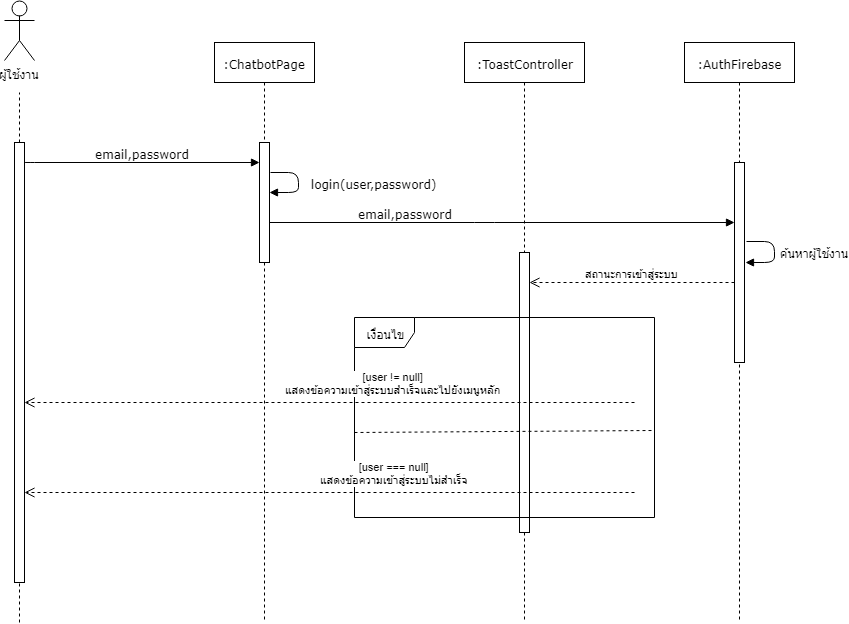
This is Document/Latex/Figures/3/Sequence/login.png from Inwfour/Latex, a draw.io export, as it was before one commit. Source tidied: cells renumbered, new cells last; positions are measured from the earlier drawing's top-left corner, leaving out a move shared by most shapes.
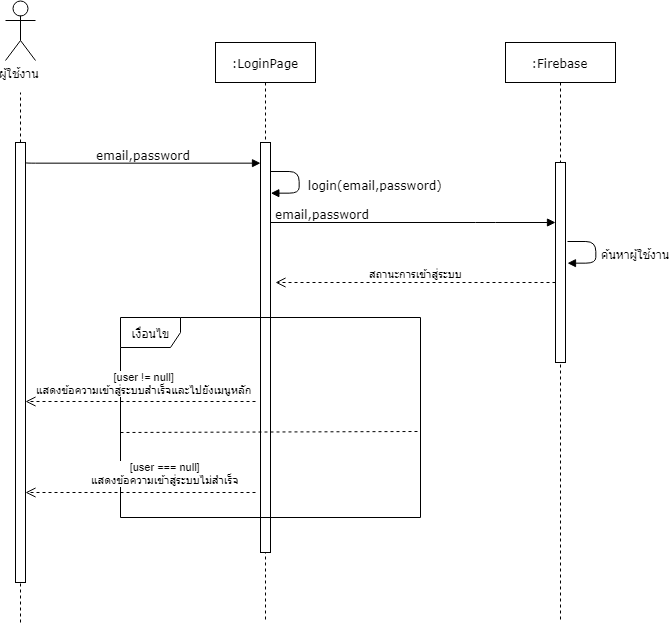
The same file after the commit.

Diff of the diagram source:
```diff
@@ -8,27 +8,23 @@
         <mxPoint x="15" y="92" as="targetPoint" />
       </mxGeometry>
     </mxCell>
-    <mxCell id="3" value=":ChatbotPage" style="shape=umlLifeline;perimeter=lifelinePerimeter;whiteSpace=wrap;html=1;rounded=0;shadow=0;comic=0;labelBackgroundColor=none;strokeColor=#000000;strokeWidth=1;fillColor=#FFFFFF;fontFamily=Verdana;fontSize=12;fontColor=#000000;align=center;" parent="1" vertex="1">
+    <mxCell id="3" value=":LoginPage" style="shape=umlLifeline;perimeter=lifelinePerimeter;whiteSpace=wrap;html=1;rounded=0;shadow=0;comic=0;labelBackgroundColor=none;strokeColor=#000000;strokeWidth=1;fillColor=#FFFFFF;fontFamily=Verdana;fontSize=12;fontColor=#000000;align=center;" parent="1" vertex="1">
       <mxGeometry x="210" y="42" width="100" height="580" as="geometry" />
     </mxCell>
     <mxCell id="4" style="html=1;points=[];perimeter=orthogonalPerimeter;rounded=0;shadow=0;comic=0;labelBackgroundColor=none;strokeColor=#000000;strokeWidth=1;fillColor=#FFFFFF;fontFamily=Verdana;fontSize=12;fontColor=#000000;align=center;" parent="3" vertex="1">
-      <mxGeometry x="45" y="100" width="10" height="120" as="geometry" />
+      <mxGeometry x="45" y="100" width="10" height="410" as="geometry" />
     </mxCell>
-    <mxCell id="5" value=":ToastController" style="shape=umlLifeline;perimeter=lifelinePerimeter;whiteSpace=wrap;html=1;rounded=0;shadow=0;comic=0;labelBackgroundColor=none;strokeColor=#000000;strokeWidth=1;fillColor=#FFFFFF;fontFamily=Verdana;fontSize=12;fontColor=#000000;align=center;" parent="1" vertex="1">
-      <mxGeometry x="460" y="42" width="120" height="580" as="geometry" />
-    </mxCell>
-    <mxCell id="6" value=":AuthFirebase" style="shape=umlLifeline;perimeter=lifelinePerimeter;whiteSpace=wrap;html=1;rounded=0;shadow=0;comic=0;labelBackgroundColor=none;strokeColor=#000000;strokeWidth=1;fillColor=#FFFFFF;fontFamily=Verdana;fontSize=12;fontColor=#000000;align=center;" parent="1" vertex="1">
-      <mxGeometry x="680" y="42" width="110" height="580" as="geometry" />
+    <mxCell id="6" value=":Firebase" style="shape=umlLifeline;perimeter=lifelinePerimeter;whiteSpace=wrap;html=1;rounded=0;shadow=0;comic=0;labelBackgroundColor=none;strokeColor=#000000;strokeWidth=1;fillColor=#FFFFFF;fontFamily=Verdana;fontSize=12;fontColor=#000000;align=center;" parent="1" vertex="1">
+      <mxGeometry x="500" y="42" width="110" height="580" as="geometry" />
     </mxCell>
     <mxCell id="7" value="email,password" style="html=1;verticalAlign=bottom;endArrow=block;labelBackgroundColor=none;fontFamily=Verdana;fontSize=12;edgeStyle=elbowEdgeStyle;elbow=vertical;" parent="1" edge="1" target="4">
       <mxGeometry relative="1" as="geometry">
         <mxPoint x="20" y="161.9" as="sourcePoint" />
       </mxGeometry>
     </mxCell>
-    <mxCell id="8" value="email,password" style="html=1;verticalAlign=bottom;endArrow=block;labelBackgroundColor=none;fontFamily=Verdana;fontSize=12;edgeStyle=elbowEdgeStyle;elbow=vertical;" parent="1" edge="1">
+    <mxCell id="8" value="email,password" style="html=1;verticalAlign=bottom;endArrow=block;labelBackgroundColor=none;fontFamily=Verdana;fontSize=12;edgeStyle=elbowEdgeStyle;elbow=vertical;" parent="1" edge="1" target="12">
       <mxGeometry x="-0.08" y="-80" relative="1" as="geometry">
         <mxPoint x="265" y="222" as="sourcePoint" />
-        <mxPoint x="730" y="222" as="targetPoint" />
         <Array as="points">
           <mxPoint x="480" y="222" />
         </Array>
@@ -41,24 +37,21 @@
     <mxCell id="10" style="html=1;points=[];perimeter=orthogonalPerimeter;rounded=0;shadow=0;comic=0;labelBackgroundColor=none;strokeColor=#000000;strokeWidth=1;fillColor=#FFFFFF;fontFamily=Verdana;fontSize=12;fontColor=#000000;align=center;" parent="1" vertex="1">
       <mxGeometry x="10" y="142" width="10" height="440" as="geometry" />
     </mxCell>
-    <mxCell id="11" style="html=1;perimeter=orthogonalPerimeter;rounded=0;shadow=0;comic=0;labelBackgroundColor=none;strokeColor=#000000;strokeWidth=1;fillColor=#FFFFFF;fontFamily=Verdana;fontSize=12;fontColor=#000000;align=center;" parent="1" vertex="1">
-      <mxGeometry x="515" y="252" width="10" height="280" as="geometry" />
-    </mxCell>
     <mxCell id="12" style="html=1;points=[];perimeter=orthogonalPerimeter;rounded=0;shadow=0;comic=0;labelBackgroundColor=none;strokeColor=#000000;strokeWidth=1;fillColor=#FFFFFF;fontFamily=Verdana;fontSize=12;fontColor=#000000;align=center;" parent="1" vertex="1">
-      <mxGeometry x="730" y="162" width="10" height="200" as="geometry" />
+      <mxGeometry x="550" y="162" width="10" height="200" as="geometry" />
     </mxCell>
     <mxCell id="13" value="ค้นหาผู้ใช้งาน" style="html=1;verticalAlign=bottom;endArrow=block;labelBackgroundColor=none;fontFamily=Verdana;fontSize=12;edgeStyle=orthogonalEdgeStyle;elbow=vertical;exitX=1.183;exitY=0.2;exitDx=0;exitDy=0;exitPerimeter=0;entryX=1.146;entryY=0.305;entryDx=0;entryDy=0;entryPerimeter=0;" parent="1" edge="1">
       <mxGeometry x="0.26" y="-40" relative="1" as="geometry">
-        <mxPoint x="741.9" y="241" as="sourcePoint" />
-        <mxPoint x="741.4" y="262.1" as="targetPoint" />
+        <mxPoint x="561.9" y="241" as="sourcePoint" />
+        <mxPoint x="561.4" y="262.1" as="targetPoint" />
         <Array as="points">
-          <mxPoint x="770" y="241" />
-          <mxPoint x="770" y="262" />
+          <mxPoint x="590" y="241" />
+          <mxPoint x="590" y="262" />
         </Array>
         <mxPoint x="40" y="39" as="offset" />
       </mxGeometry>
     </mxCell>
-    <mxCell id="14" value="login(user,password)" style="html=1;verticalAlign=bottom;endArrow=block;labelBackgroundColor=none;fontFamily=Verdana;fontSize=12;edgeStyle=orthogonalEdgeStyle;elbow=vertical;exitX=1.183;exitY=0.2;exitDx=0;exitDy=0;exitPerimeter=0;entryX=1.146;entryY=0.305;entryDx=0;entryDy=0;entryPerimeter=0;" parent="1" edge="1">
+    <mxCell id="14" value="login(email,password)" style="html=1;verticalAlign=bottom;endArrow=block;labelBackgroundColor=none;fontFamily=Verdana;fontSize=12;edgeStyle=orthogonalEdgeStyle;elbow=vertical;exitX=1.183;exitY=0.2;exitDx=0;exitDy=0;exitPerimeter=0;entryX=1.146;entryY=0.305;entryDx=0;entryDy=0;entryPerimeter=0;" parent="1" edge="1">
       <mxGeometry x="0.26" y="-76" relative="1" as="geometry">
         <mxPoint x="265.5" y="171.8" as="sourcePoint" />
         <mxPoint x="264.9" y="192.4" as="targetPoint" />
@@ -71,26 +64,26 @@
     </mxCell>
     <mxCell id="15" value="สถานะการเข้าสู่ระบบ" style="html=1;verticalAlign=bottom;endArrow=open;dashed=1;endSize=8;" parent="1" edge="1">
       <mxGeometry relative="1" as="geometry">
-        <mxPoint x="730" y="282" as="sourcePoint" />
-        <mxPoint x="525" y="282" as="targetPoint" />
+        <mxPoint x="550" y="282" as="sourcePoint" />
+        <mxPoint x="270" y="282" as="targetPoint" />
       </mxGeometry>
     </mxCell>
     <mxCell id="16" value="เงื่อนไข" style="shape=umlFrame;whiteSpace=wrap;html=1;rounded=0;" parent="1" vertex="1">
-      <mxGeometry x="350" y="317" width="300" height="200" as="geometry" />
+      <mxGeometry x="115" y="317" width="300" height="200" as="geometry" />
     </mxCell>
     <mxCell id="17" style="endArrow=none;endFill=0;endSize=24;html=1;dashed=1;entryX=0.999;entryY=0.567;entryDx=0;entryDy=0;entryPerimeter=0;" parent="1" edge="1" target="16">
       <mxGeometry relative="1" as="geometry">
-        <mxPoint x="350" y="432" as="sourcePoint" />
+        <mxPoint x="115" y="432" as="sourcePoint" />
       </mxGeometry>
     </mxCell>
     <mxCell id="18" value="[user != null]&lt;br&gt;แสดงข้อความเข้าสู่ระบบสำเร็จและไปยังเมนูหลัก&lt;br&gt;" style="html=1;verticalAlign=bottom;endArrow=open;dashed=1;endSize=8;" parent="1" edge="1" target="10">
-      <mxGeometry x="-0.21" y="-3" relative="1" as="geometry">
-        <mxPoint x="630" y="402" as="sourcePoint" />
+      <mxGeometry x="-0.04" y="-2" relative="1" as="geometry">
+        <mxPoint x="250" y="401" as="sourcePoint" />
       </mxGeometry>
     </mxCell>
     <mxCell id="19" value="[user === null]&lt;br&gt;แสดงข้อความเข้าสู่ระบบไม่สำเร็จ&lt;br&gt;" style="html=1;verticalAlign=bottom;endArrow=open;dashed=1;endSize=8;" parent="1" edge="1">
       <mxGeometry x="-0.21" y="-3" relative="1" as="geometry">
-        <mxPoint x="630" y="492" as="sourcePoint" />
+        <mxPoint x="250" y="492" as="sourcePoint" />
         <mxPoint x="20" y="492" as="targetPoint" />
       </mxGeometry>
     </mxCell>
```
